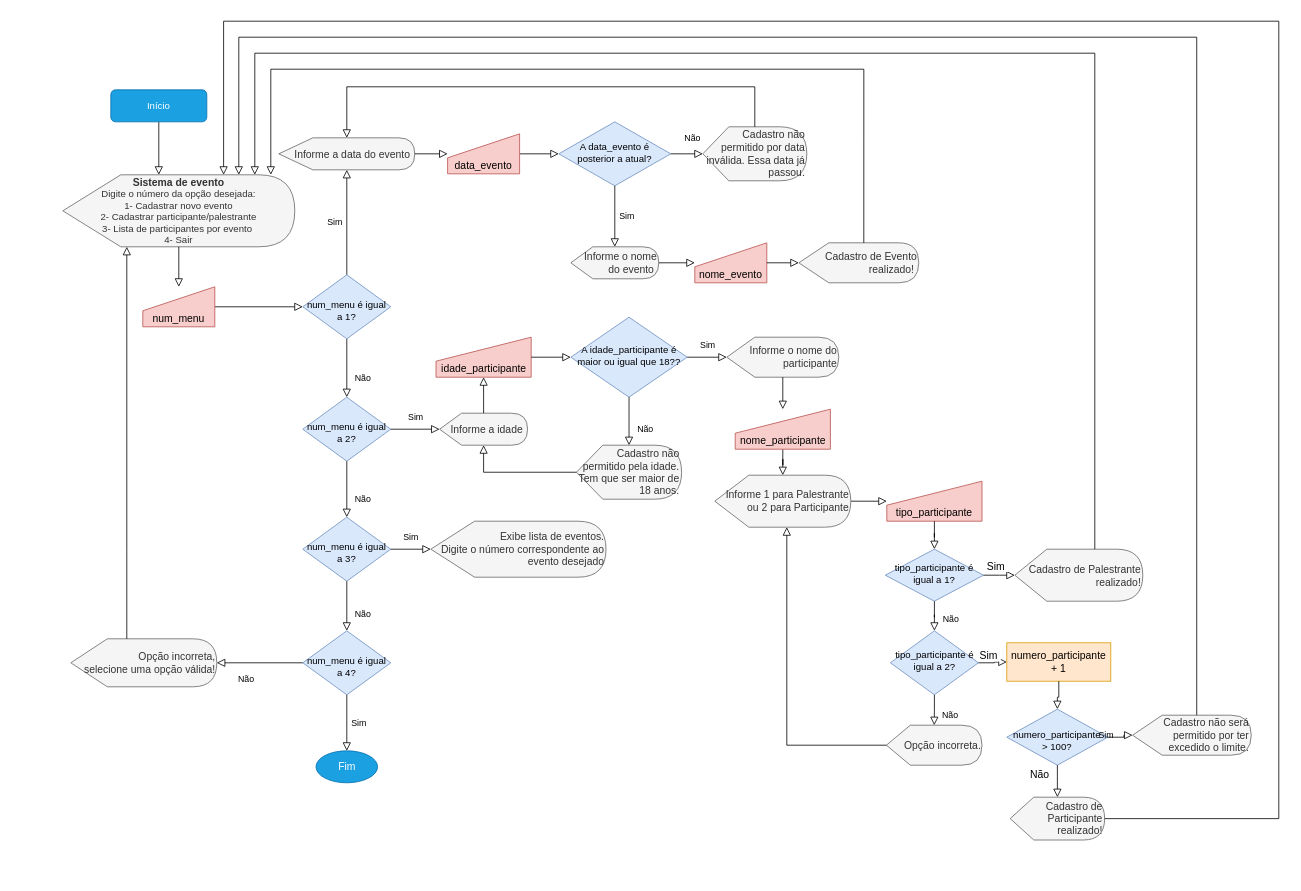
Above: Untitled Diagram.drawio in jaqueline-ghizini/senai-logica-programacao (draw.io), before the change. Source tidied: cells renumbered, new cells numbered last; positions are measured from the earlier drawing's top-left corner, leaving out a move shared by most shapes. Both pictures are drawn from the tidied source at 80%, with x=0, y=0 at pixel (62, 21).
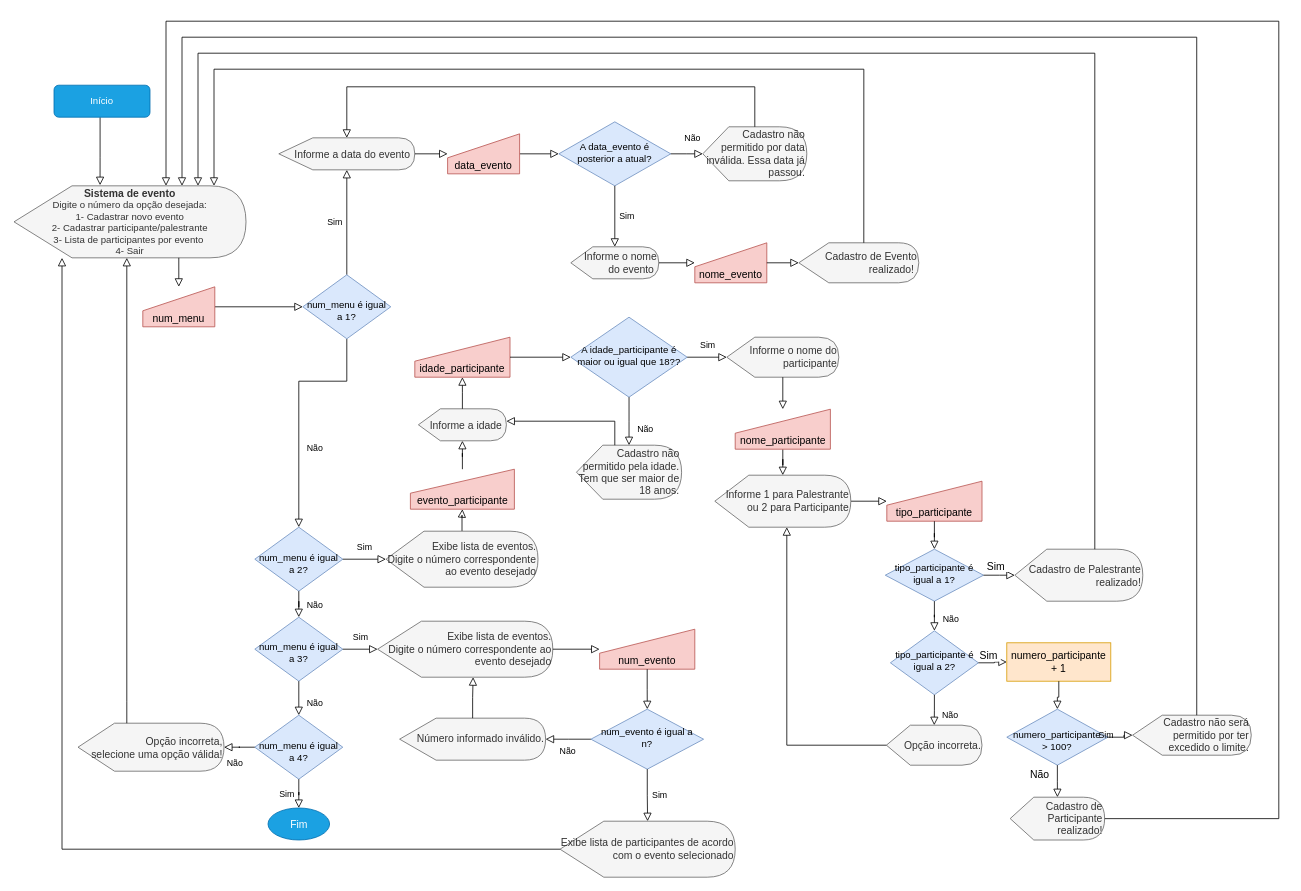
The same page after the edit.

Commit message:
Atualizacao fluxograma, adicionado exibicao de lista.

The change refers to these unchanged cells:
```xml
<mxCell id="7" value="&lt;br&gt;num_menu é igual a 1?" style="rhombus;whiteSpace=wrap;html=1;shadow=0;fontFamily=Helvetica;fontSize=12;align=center;strokeWidth=1;spacing=6;spacingTop=-4;fillColor=#dae8fc;strokeColor=#6c8ebf;verticalAlign=middle;" parent="1" vertex="1">
  <mxGeometry x="300" y="317" width="110" height="80" as="geometry" />
</mxCell>
<mxCell id="9" value="num_menu" style="shape=manualInput;whiteSpace=wrap;html=1;fontSize=13;verticalAlign=bottom;fillColor=#f8cecc;strokeColor=#b85450;" parent="1" vertex="1">
  <mxGeometry x="100" y="332" width="90" height="50" as="geometry" />
</mxCell>
<mxCell id="37" value="Cadastro de Evento realizado!&amp;nbsp;" style="shape=display;whiteSpace=wrap;html=1;fontSize=13;align=right;fillColor=#f5f5f5;fontColor=#333333;strokeColor=#666666;" parent="1" vertex="1">
  <mxGeometry x="920" y="277" width="150" height="50" as="geometry" />
</mxCell>
<mxCell id="44" value="Cadastro não permitido pela idade. Tem que ser maior de 18 anos." style="shape=display;whiteSpace=wrap;html=1;fontSize=13;align=right;fillColor=#f5f5f5;fontColor=#333333;strokeColor=#666666;" parent="1" vertex="1">
  <mxGeometry x="642.1" y="530" width="131.4" height="67.5" as="geometry" />
</mxCell>
<mxCell id="67" value="Cadastro de Palestrante realizado!" style="shape=display;whiteSpace=wrap;html=1;fontSize=13;align=right;fillColor=#f5f5f5;fontColor=#333333;strokeColor=#666666;" parent="1" vertex="1">
  <mxGeometry x="1190" y="660" width="160" height="65" as="geometry" />
</mxCell>
<mxCell id="72" value="Cadastro não será permitido por ter excedido o limite." style="shape=display;whiteSpace=wrap;html=1;fontSize=13;align=right;fillColor=#f5f5f5;fontColor=#333333;strokeColor=#666666;" parent="1" vertex="1">
  <mxGeometry x="1337.2" y="867.5" width="148.4" height="50" as="geometry" />
</mxCell>
<mxCell id="75" value="Cadastro de Participante realizado!" style="shape=display;whiteSpace=wrap;html=1;fontSize=13;align=right;fillColor=#f5f5f5;fontColor=#333333;strokeColor=#666666;" parent="1" vertex="1">
  <mxGeometry x="1184.2" y="970" width="118.1" height="53.5" as="geometry" />
</mxCell>
```

What changed in the source:
```diff
@@
-    <mxCell id="2" style="rounded=0;html=1;jettySize=auto;fontSize=11;endArrow=block;endFill=0;endSize=8;strokeWidth=1;shadow=0;labelBackgroundColor=none;edgeStyle=orthogonalEdgeStyle;" parent="1" edge="1" source="3" target="8">
+    <mxCell id="2" style="rounded=0;html=1;jettySize=auto;fontSize=11;endArrow=block;endFill=0;endSize=8;strokeWidth=1;shadow=0;labelBackgroundColor=none;edgeStyle=orthogonalEdgeStyle;entryX=0.371;entryY=-0.009;entryDx=0;entryDy=0;entryPerimeter=0;" parent="1" edge="1" source="3" target="8">
       <mxGeometry relative="1" as="geometry">
         <Array as="points">
-          <mxPoint x="120" y="170" />
-          <mxPoint x="120" y="170" />
+          <mxPoint x="47" y="170" />
         </Array>
       </mxGeometry>
     </mxCell>
     <mxCell id="3" value="Início" style="rounded=1;whiteSpace=wrap;html=1;fontSize=12;glass=0;strokeWidth=1;shadow=0;fillColor=#1ba1e2;strokeColor=#006EAF;fontColor=#ffffff;" parent="1" vertex="1">
-      <mxGeometry x="60" y="85.8" width="120" height="40" as="geometry" />
+      <mxGeometry x="-11" y="80" width="120" height="40" as="geometry" />
     </mxCell>
@@
     <mxCell id="5" value="Não" style="rounded=0;html=1;jettySize=auto;fontSize=11;endArrow=block;endFill=0;endSize=8;strokeWidth=1;shadow=0;labelBackgroundColor=none;edgeStyle=orthogonalEdgeStyle;" parent="1" edge="1" source="7" target="12">
-      <mxGeometry x="0.33" y="20" relative="1" as="geometry" />
+      <mxGeometry x="0.33" y="20" relative="1" as="geometry">
+        <Array as="points">
+          <mxPoint x="355" y="450" />
+          <mxPoint x="295" y="450" />
+        </Array>
+      </mxGeometry>
     </mxCell>
@@
     <mxCell id="8" value="&lt;b&gt;&lt;font style=&quot;font-size: 13px&quot;&gt;Sistema de evento&lt;/font&gt;&lt;/b&gt;&lt;br&gt;Digite o número da opção desejada:&lt;br&gt;1- Cadastrar novo evento&lt;br&gt;2- Cadastrar participante/palestrante&lt;br&gt;3- Lista de participantes por evento&amp;nbsp;&lt;br&gt;4- Sair" style="shape=display;whiteSpace=wrap;html=1;align=center;fillColor=#f5f5f5;fontColor=#333333;strokeColor=#666666;" parent="1" vertex="1">
-      <mxGeometry y="192" width="290" height="90" as="geometry" />
+      <mxGeometry x="-61" y="205.8" width="290" height="90" as="geometry" />
     </mxCell>
@@
     <mxCell id="10" style="rounded=0;html=1;jettySize=auto;fontSize=11;endArrow=block;endFill=0;endSize=8;strokeWidth=1;shadow=0;labelBackgroundColor=none;edgeStyle=orthogonalEdgeStyle;" parent="1" edge="1" source="8" target="9">
-      <mxGeometry relative="1" as="geometry" />
+      <mxGeometry relative="1" as="geometry">
+        <Array as="points">
+          <mxPoint x="145" y="316" />
+          <mxPoint x="145" y="316" />
+        </Array>
+      </mxGeometry>
     </mxCell>
@@
     <mxCell id="12" value="&lt;br&gt;num_menu é igual a 2?" style="rhombus;whiteSpace=wrap;html=1;shadow=0;fontFamily=Helvetica;fontSize=12;align=center;strokeWidth=1;spacing=6;spacingTop=-4;fillColor=#dae8fc;strokeColor=#6c8ebf;verticalAlign=middle;" parent="1" vertex="1">
-      <mxGeometry x="300" y="470" width="110" height="80" as="geometry" />
+      <mxGeometry x="240" y="632.5" width="110" height="80" as="geometry" />
     </mxCell>
-    <mxCell id="13" value="Sim" style="edgeStyle=orthogonalEdgeStyle;rounded=0;html=1;jettySize=auto;fontSize=11;endArrow=block;endFill=0;endSize=8;strokeWidth=1;shadow=0;labelBackgroundColor=none;" parent="1" edge="1" source="12" target="14">
+    <mxCell id="13" value="&lt;br&gt;" style="edgeStyle=orthogonalEdgeStyle;rounded=0;html=1;jettySize=auto;fontSize=11;endArrow=block;endFill=0;endSize=8;strokeWidth=1;shadow=0;labelBackgroundColor=none;" parent="1" edge="1" source="83" target="14">
       <mxGeometry x="0.01" y="15" relative="1" as="geometry" />
     </mxCell>
     <mxCell id="14" value="Informe a idade&amp;nbsp;" style="shape=display;whiteSpace=wrap;html=1;fontSize=13;align=right;fillColor=#f5f5f5;fontColor=#333333;strokeColor=#666666;" parent="1" vertex="1">
-      <mxGeometry x="471" y="490" width="110" height="40" as="geometry" />
+      <mxGeometry x="444.5" y="484.5" width="110" height="40" as="geometry" />
     </mxCell>
@@
     <mxCell id="16" value="&lt;br&gt;num_menu é igual a 3?" style="rhombus;whiteSpace=wrap;html=1;shadow=0;fontFamily=Helvetica;fontSize=12;align=center;strokeWidth=1;spacing=6;spacingTop=-4;fillColor=#dae8fc;strokeColor=#6c8ebf;verticalAlign=middle;" parent="1" vertex="1">
-      <mxGeometry x="300" y="620" width="110" height="80" as="geometry" />
+      <mxGeometry x="240" y="745" width="110" height="80" as="geometry" />
     </mxCell>
@@
     <mxCell id="18" value="Exibe lista de eventos.&lt;br&gt;Digite o número correspondente ao evento desejado" style="shape=display;whiteSpace=wrap;html=1;fontSize=13;align=right;fillColor=#f5f5f5;fontColor=#333333;strokeColor=#666666;" parent="1" vertex="1">
-      <mxGeometry x="460" y="625" width="219" height="70" as="geometry" />
+      <mxGeometry x="393.5" y="750" width="219" height="70" as="geometry" />
     </mxCell>
-    <mxCell id="19" value="Fim" style="ellipse;whiteSpace=wrap;html=1;fontSize=13;fillColor=#1ba1e2;strokeColor=#006EAF;fontColor=#ffffff;" parent="1" vertex="1">
-      <mxGeometry x="316.5" y="912" width="77" height="40" as="geometry" />
-    </mxCell>
@@
     <mxCell id="21" value="&lt;br&gt;num_menu é igual a 4?" style="rhombus;whiteSpace=wrap;html=1;shadow=0;fontFamily=Helvetica;fontSize=12;align=center;strokeWidth=1;spacing=6;spacingTop=-4;fillColor=#dae8fc;strokeColor=#6c8ebf;verticalAlign=middle;" parent="1" vertex="1">
-      <mxGeometry x="300" y="762" width="110" height="80" as="geometry" />
+      <mxGeometry x="240" y="867.5" width="110" height="80" as="geometry" />
     </mxCell>
     <mxCell id="22" value="Opção incorreta, &lt;br&gt;selecione uma opção válida!" style="shape=display;whiteSpace=wrap;html=1;fontSize=13;align=right;verticalAlign=middle;fillColor=#f5f5f5;strokeColor=#666666;fontColor=#333333;" parent="1" vertex="1">
-      <mxGeometry x="10" y="772" width="182.5" height="60" as="geometry" />
+      <mxGeometry x="19" y="877.5" width="182.5" height="60" as="geometry" />
     </mxCell>
@@
     <mxCell id="24" style="rounded=0;html=1;jettySize=auto;fontSize=11;endArrow=block;endFill=0;endSize=8;strokeWidth=1;shadow=0;labelBackgroundColor=none;edgeStyle=orthogonalEdgeStyle;" parent="1" edge="1" source="22" target="8">
       <mxGeometry relative="1" as="geometry">
         <Array as="points">
-          <mxPoint x="80" y="662" />
-          <mxPoint x="80" y="662" />
+          <mxPoint x="80" y="850" />
+          <mxPoint x="80" y="850" />
         </Array>
       </mxGeometry>
     </mxCell>
@@
     <mxCell id="39" style="rounded=0;html=1;jettySize=auto;fontSize=11;endArrow=block;endFill=0;endSize=8;strokeWidth=1;shadow=0;labelBackgroundColor=none;edgeStyle=orthogonalEdgeStyle;exitX=0;exitY=0;exitDx=81.25;exitDy=0;exitPerimeter=0;" parent="1" edge="1" source="37" target="8">
       <mxGeometry x="0.09" y="20" relative="1" as="geometry">
         <Array as="points">
           <mxPoint x="1001" y="60" />
-          <mxPoint x="260" y="60" />
+          <mxPoint x="189" y="60" />
         </Array>
       </mxGeometry>
     </mxCell>
     <mxCell id="40" value="idade_participante" style="shape=manualInput;whiteSpace=wrap;html=1;fontSize=13;verticalAlign=bottom;fillColor=#f8cecc;strokeColor=#b85450;" parent="1" vertex="1">
-      <mxGeometry x="466.5" y="395" width="119" height="50" as="geometry" />
+      <mxGeometry x="440" y="395" width="119" height="50" as="geometry" />
     </mxCell>
@@
-    <mxCell id="46" style="rounded=0;html=1;jettySize=auto;fontSize=11;endArrow=block;endFill=0;endSize=8;strokeWidth=1;shadow=0;labelBackgroundColor=none;edgeStyle=orthogonalEdgeStyle;" parent="1" edge="1" source="44" target="14">
-      <mxGeometry relative="1" as="geometry">
-        <Array as="points">
-          <mxPoint x="526" y="564" />
-        </Array>
-      </mxGeometry>
-    </mxCell>
@@
     <mxCell id="68" style="rounded=0;html=1;jettySize=auto;fontSize=11;endArrow=block;endFill=0;endSize=8;strokeWidth=1;shadow=0;labelBackgroundColor=none;edgeStyle=orthogonalEdgeStyle;" parent="1" edge="1" source="67" target="8">
       <mxGeometry x="0.09" y="20" relative="1" as="geometry">
         <Array as="points">
           <mxPoint x="1290" y="40" />
-          <mxPoint x="240" y="40" />
+          <mxPoint x="169" y="40" />
         </Array>
       </mxGeometry>
     </mxCell>
@@
     <mxCell id="76" style="rounded=0;html=1;jettySize=auto;fontSize=11;endArrow=block;endFill=0;endSize=8;strokeWidth=1;shadow=0;labelBackgroundColor=none;edgeStyle=orthogonalEdgeStyle;exitX=0;exitY=0;exitDx=80.23125;exitDy=0;exitPerimeter=0;" parent="1" edge="1" source="72" target="8">
       <mxGeometry x="0.09" y="20" relative="1" as="geometry">
         <Array as="points">
           <mxPoint x="1417" y="20" />
-          <mxPoint x="220" y="20" />
+          <mxPoint x="149" y="20" />
         </Array>
       </mxGeometry>
     </mxCell>
-    <mxCell id="77" style="rounded=0;html=1;jettySize=auto;fontSize=11;endArrow=block;endFill=0;endSize=8;strokeWidth=1;shadow=0;labelBackgroundColor=none;edgeStyle=orthogonalEdgeStyle;" parent="1" edge="1" source="75">
+    <mxCell id="77" style="rounded=0;html=1;jettySize=auto;fontSize=11;endArrow=block;endFill=0;endSize=8;strokeWidth=1;shadow=0;labelBackgroundColor=none;edgeStyle=orthogonalEdgeStyle;" parent="1" edge="1" source="75" target="8">
       <mxGeometry x="0.09" y="20" relative="1" as="geometry">
-        <mxPoint x="201" y="192" as="targetPoint" />
         <Array as="points">
           <mxPoint x="1520" y="997" />
           <mxPoint x="1520" />
-          <mxPoint x="201" />
+          <mxPoint x="129" />
         </Array>
       </mxGeometry>
     </mxCell>
+    <mxCell id="78" value="num_evento" style="shape=manualInput;whiteSpace=wrap;html=1;fontSize=13;verticalAlign=bottom;fillColor=#f8cecc;strokeColor=#b85450;" parent="1" vertex="1">
+      <mxGeometry x="671" y="760" width="119" height="50" as="geometry" />
+    </mxCell>
+    <mxCell id="79" style="rounded=0;html=1;jettySize=auto;fontSize=11;endArrow=block;endFill=0;endSize=8;strokeWidth=1;shadow=0;labelBackgroundColor=none;edgeStyle=orthogonalEdgeStyle;" parent="1" edge="1" source="18" target="78">
+      <mxGeometry relative="1" as="geometry" />
+    </mxCell>
+    <mxCell id="80" style="rounded=0;html=1;jettySize=auto;fontSize=11;endArrow=block;endFill=0;endSize=8;strokeWidth=1;shadow=0;labelBackgroundColor=none;edgeStyle=orthogonalEdgeStyle;" parent="1" edge="1" source="78" target="81">
+      <mxGeometry x="0.09" y="20" relative="1" as="geometry" />
+    </mxCell>
+    <mxCell id="81" value="num_evento é igual a n?" style="rhombus;whiteSpace=wrap;html=1;shadow=0;fontFamily=Helvetica;fontSize=12;align=center;strokeWidth=1;spacing=6;spacingTop=-4;fillColor=#dae8fc;strokeColor=#6c8ebf;verticalAlign=middle;" parent="1" vertex="1">
+      <mxGeometry x="660.1" y="860" width="140.9" height="75" as="geometry" />
+    </mxCell>
+    <mxCell id="82" value="Sim" style="edgeStyle=orthogonalEdgeStyle;rounded=0;html=1;jettySize=auto;fontSize=11;endArrow=block;endFill=0;endSize=8;strokeWidth=1;shadow=0;labelBackgroundColor=none;" parent="1" edge="1" source="12" target="85">
+      <mxGeometry x="0.01" y="15" relative="1" as="geometry" />
+    </mxCell>
+    <mxCell id="83" value="evento_participante" style="shape=manualInput;whiteSpace=wrap;html=1;fontSize=13;verticalAlign=bottom;fillColor=#f8cecc;strokeColor=#b85450;" parent="1" vertex="1">
+      <mxGeometry x="434.5" y="560" width="130" height="50" as="geometry" />
+    </mxCell>
+    <mxCell id="84" style="rounded=0;html=1;jettySize=auto;fontSize=11;endArrow=block;endFill=0;endSize=8;strokeWidth=1;shadow=0;labelBackgroundColor=none;edgeStyle=orthogonalEdgeStyle;" parent="1" edge="1" source="85" target="83">
+      <mxGeometry relative="1" as="geometry" />
+    </mxCell>
+    <mxCell id="85" value="Exibe lista de eventos.&lt;br&gt;Digite o número correspondente ao evento desejado" style="shape=display;whiteSpace=wrap;html=1;fontSize=13;align=right;fillColor=#f5f5f5;fontColor=#333333;strokeColor=#666666;" parent="1" vertex="1">
+      <mxGeometry x="404" y="637.5" width="190" height="70" as="geometry" />
+    </mxCell>
+    <mxCell id="46" style="rounded=0;html=1;jettySize=auto;fontSize=11;endArrow=block;endFill=0;endSize=8;strokeWidth=1;shadow=0;labelBackgroundColor=none;edgeStyle=orthogonalEdgeStyle;" parent="1" edge="1" source="44" target="14">
+      <mxGeometry relative="1" as="geometry">
+        <Array as="points">
+          <mxPoint x="690" y="500" />
+        </Array>
+      </mxGeometry>
+    </mxCell>
+    <mxCell id="86" value="Sim" style="edgeStyle=orthogonalEdgeStyle;rounded=0;html=1;jettySize=auto;fontSize=11;endArrow=block;endFill=0;endSize=8;strokeWidth=1;shadow=0;labelBackgroundColor=none;" parent="1" edge="1" source="81" target="87">
+      <mxGeometry x="0.01" y="15" relative="1" as="geometry" />
+    </mxCell>
+    <mxCell id="87" value="Exibe lista de participantes de acordo com o evento selecionado" style="shape=display;whiteSpace=wrap;html=1;fontSize=13;align=right;fillColor=#f5f5f5;fontColor=#333333;strokeColor=#666666;" parent="1" vertex="1">
+      <mxGeometry x="621.5" y="1000" width="219" height="70" as="geometry" />
+    </mxCell>
+    <mxCell id="88" value="Não" style="edgeStyle=orthogonalEdgeStyle;rounded=0;html=1;jettySize=auto;fontSize=11;endArrow=block;endFill=0;endSize=8;strokeWidth=1;shadow=0;labelBackgroundColor=none;" parent="1" edge="1" source="81" target="89">
+      <mxGeometry x="0.01" y="15" relative="1" as="geometry" />
+    </mxCell>
+    <mxCell id="89" value="Número informado inválido." style="shape=display;whiteSpace=wrap;html=1;fontSize=13;align=right;fillColor=#f5f5f5;fontColor=#333333;strokeColor=#666666;" parent="1" vertex="1">
+      <mxGeometry x="421" y="871.2" width="182.5" height="52.5" as="geometry" />
+    </mxCell>
+    <mxCell id="90" style="rounded=0;html=1;jettySize=auto;fontSize=11;endArrow=block;endFill=0;endSize=8;strokeWidth=1;shadow=0;labelBackgroundColor=none;edgeStyle=orthogonalEdgeStyle;entryX=0;entryY=0;entryDx=119.375;entryDy=70;entryPerimeter=0;" parent="1" edge="1" source="89" target="18">
+      <mxGeometry relative="1" as="geometry" />
+    </mxCell>
+    <mxCell id="91" style="rounded=0;html=1;jettySize=auto;fontSize=11;endArrow=block;endFill=0;endSize=8;strokeWidth=1;shadow=0;labelBackgroundColor=none;edgeStyle=orthogonalEdgeStyle;startArrow=none;" parent="1" edge="1" source="87" target="8">
+      <mxGeometry relative="1" as="geometry">
+        <Array as="points">
+          <mxPoint x="-1" y="1035" />
+        </Array>
+      </mxGeometry>
+    </mxCell>
+    <mxCell id="19" value="Fim" style="ellipse;whiteSpace=wrap;html=1;fontSize=13;fillColor=#1ba1e2;strokeColor=#006EAF;fontColor=#ffffff;" parent="1" vertex="1">
+      <mxGeometry x="256.5" y="983.5" width="77" height="40" as="geometry" />
+    </mxCell>
```
